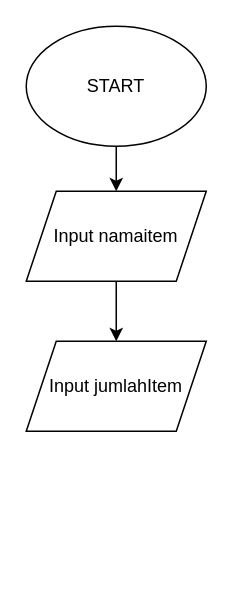
This is Flowchart.drawio from YabesMaychel-2007113801/Yabes_Maychel-Mesin_Kasir, a draw.io file, before an edit. Source tidied: cells renumbered, new cells numbered last; positions are measured from the earlier drawing's top-left corner, leaving out a move shared by most shapes. Both pictures are drawn from the tidied source at 150%, with x=0, y=0 at pixel (26, 26).
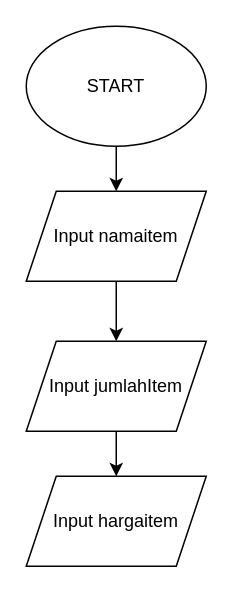
Above is the later version.

Commit message:
Pembuatan variabel hargaItem

What changed in the source:
```diff
@@
 <mxGraphModel>
   <root>
     <mxCell id="0" />
     <mxCell id="1" parent="0" />
     <mxCell id="2" style="edgeStyle=none;html=1;" parent="1" edge="1" source="3" target="5">
       <mxGeometry relative="1" as="geometry" />
     </mxCell>
     <mxCell id="3" value="START" style="ellipse;whiteSpace=wrap;html=1;" parent="1" vertex="1">
       <mxGeometry width="120" height="80" as="geometry" />
     </mxCell>
     <mxCell id="4" style="edgeStyle=none;html=1;" parent="1" edge="1" source="5" target="6">
       <mxGeometry relative="1" as="geometry" />
     </mxCell>
     <mxCell id="5" value="Input namaitem" style="shape=parallelogram;perimeter=parallelogramPerimeter;whiteSpace=wrap;html=1;fixedSize=1;" parent="1" vertex="1">
       <mxGeometry y="110" width="120" height="60" as="geometry" />
     </mxCell>
+    <mxCell id="7" style="edgeStyle=none;html=1;" parent="1" edge="1" source="6" target="8">
+      <mxGeometry relative="1" as="geometry" />
+    </mxCell>
     <mxCell id="6" value="Input jumlahItem" style="shape=parallelogram;perimeter=parallelogramPerimeter;whiteSpace=wrap;html=1;fixedSize=1;" parent="1" vertex="1">
       <mxGeometry y="210" width="120" height="60" as="geometry" />
     </mxCell>
+    <mxCell id="8" value="Input hargaitem" style="shape=parallelogram;perimeter=parallelogramPerimeter;whiteSpace=wrap;html=1;fixedSize=1;" parent="1" vertex="1">
+      <mxGeometry y="300" width="120" height="60" as="geometry" />
+    </mxCell>
   </root>
 </mxGraphModel>
```
